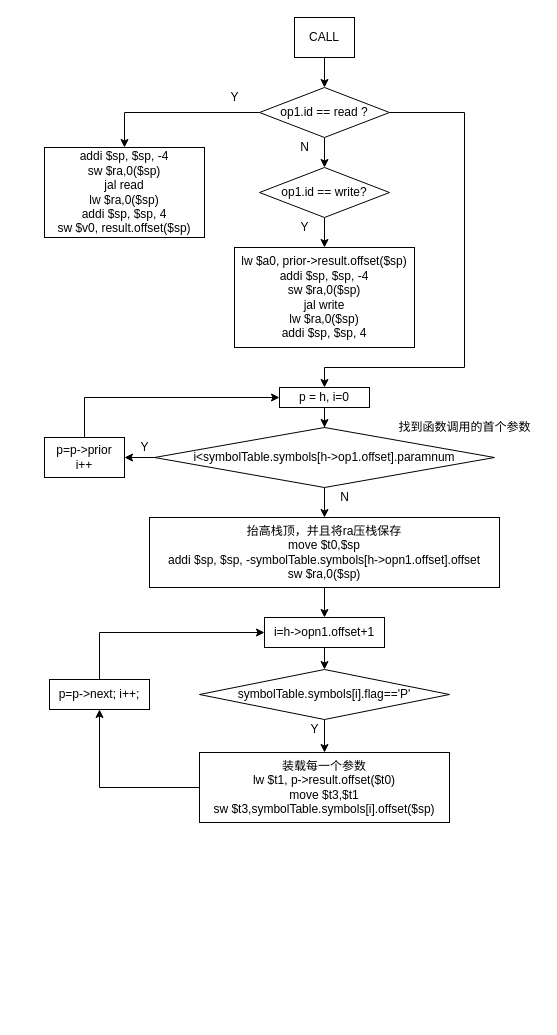
AgentGuo/flow_chart keeps this draw.io diagram as 编译原理/目标代码生成.drawio. Above is the earlier version. Source tidied: cells renumbered, new cells numbered last; positions are measured from the earlier drawing's top-left corner, leaving out a move shared by most shapes. Both pictures are drawn from the tidied source at 100%, with x=0, y=0 at pixel (44, 17).
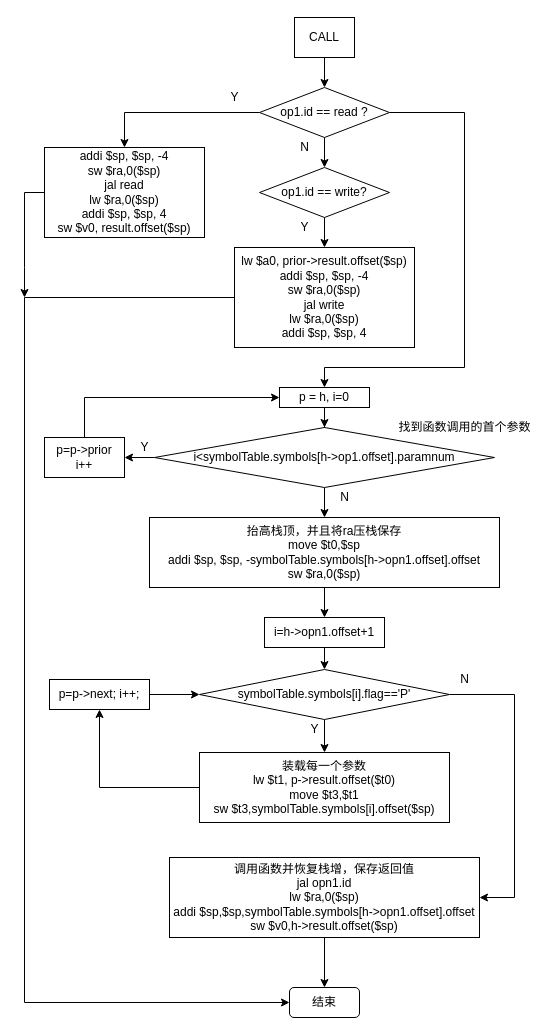
Above is the later version.

Commit message (it also covers changes not shown here):
更新目标代码生成.drawio

The change refers to these unchanged cells:
```xml
<mxCell id="10" value="addi $sp, $sp, -4&#10;sw $ra,0($sp)&#10;jal read&#10;lw $ra,0($sp)&#10;addi $sp, $sp, 4&#10;sw $v0, result.offset($sp)" style="rounded=0;whiteSpace=wrap;fontFamily=Helvetica;fontSize=12;" parent="1" vertex="1">
  <mxGeometry y="130" width="160" height="90" as="geometry" />
</mxCell>
<mxCell id="13" value="lw&amp;nbsp;$a0,&amp;nbsp;prior-&amp;gt;result.offset($sp)&lt;br&gt;addi&amp;nbsp;$sp,&amp;nbsp;$sp,&amp;nbsp;-4&lt;br&gt;sw&amp;nbsp;$ra,0($sp)&lt;br&gt;jal&amp;nbsp;write&lt;br&gt;lw&amp;nbsp;$ra,0($sp)&lt;br&gt;addi&amp;nbsp;$sp,&amp;nbsp;$sp,&amp;nbsp;4" style="whiteSpace=wrap;fontFamily=Helvetica;fontSize=12;html=1;" parent="1" vertex="1">
  <mxGeometry x="190" y="230" width="180" height="100" as="geometry" />
</mxCell>
<mxCell id="27" value="i=h-&amp;gt;opn1.offset+1" style="whiteSpace=wrap;fontFamily=Helvetica;fontSize=12;html=1;" parent="1" vertex="1">
  <mxGeometry x="220" y="600" width="120" height="30" as="geometry" />
</mxCell>
<mxCell id="29" value="symbolTable.symbols[i].flag=='P'" style="rhombus;whiteSpace=wrap;fontFamily=Helvetica;fontSize=12;" parent="1" vertex="1">
  <mxGeometry x="155" y="652" width="250" height="50" as="geometry" />
</mxCell>
<mxCell id="32" value="p=p-&amp;gt;next; i++;" style="whiteSpace=wrap;fontFamily=Helvetica;fontSize=12;html=1;" parent="1" vertex="1">
  <mxGeometry x="5" y="662" width="100" height="30" as="geometry" />
</mxCell>
```

The edit, as a diff of the source:
```diff
@@
+    <mxCell id="36" style="edgeStyle=orthogonalEdgeStyle;rounded=0;jettySize=auto;html=1;fontFamily=Helvetica;fontSize=12;" parent="1" edge="1" source="10">
+      <mxGeometry relative="1" as="geometry">
+        <mxPoint x="-20" y="280" as="targetPoint" />
+      </mxGeometry>
+    </mxCell>
@@
+    <mxCell id="37" style="edgeStyle=orthogonalEdgeStyle;rounded=0;jettySize=auto;html=1;fontFamily=Helvetica;fontSize=12;" parent="1" edge="1" source="13" target="42">
+      <mxGeometry relative="1" as="geometry">
+        <Array as="points">
+          <mxPoint x="-20" y="280" />
+          <mxPoint x="-20" y="985" />
+        </Array>
+      </mxGeometry>
+    </mxCell>
@@
+    <mxCell id="38" style="edgeStyle=orthogonalEdgeStyle;rounded=0;jettySize=auto;html=1;fontFamily=Helvetica;fontSize=12;" parent="1" edge="1" source="29" target="41">
+      <mxGeometry relative="1" as="geometry">
+        <Array as="points">
+          <mxPoint x="470" y="677" />
+          <mxPoint x="470" y="880" />
+        </Array>
+      </mxGeometry>
+    </mxCell>
@@
-    <mxCell id="31" style="edgeStyle=orthogonalEdgeStyle;rounded=0;jettySize=auto;html=1;entryX=0;entryY=0.5;entryDx=0;entryDy=0;fontFamily=Helvetica;fontSize=12;" parent="1" edge="1" source="32" target="27">
-      <mxGeometry relative="1" as="geometry">
-        <Array as="points">
-          <mxPoint x="55" y="615" />
-        </Array>
-      </mxGeometry>
-    </mxCell>
+    <mxCell id="39" style="edgeStyle=orthogonalEdgeStyle;rounded=0;jettySize=auto;html=1;fontFamily=Helvetica;fontSize=12;" parent="1" edge="1" source="32" target="29">
+      <mxGeometry relative="1" as="geometry" />
+    </mxCell>
@@
+    <mxCell id="40" style="edgeStyle=orthogonalEdgeStyle;rounded=0;jettySize=auto;html=1;entryX=0.5;entryY=0;entryDx=0;entryDy=0;fontFamily=Helvetica;fontSize=12;" parent="1" edge="1" source="41" target="42">
+      <mxGeometry relative="1" as="geometry" />
+    </mxCell>
+    <mxCell id="41" value="调用函数并恢复栈增，保存返回值&lt;br&gt;jal&amp;nbsp;opn1.id&lt;br&gt;lw&amp;nbsp;$ra,0($sp)&lt;br&gt;addi&amp;nbsp;$sp,$sp,symbolTable.symbols[h-&amp;gt;opn1.offset].offset&lt;br&gt;sw&amp;nbsp;$v0,h-&amp;gt;result.offset($sp)" style="whiteSpace=wrap;fontFamily=Helvetica;fontSize=12;html=1;" parent="1" vertex="1">
+      <mxGeometry x="125" y="840" width="310" height="80" as="geometry" />
+    </mxCell>
+    <mxCell id="42" value="结束" style="rounded=1;whiteSpace=wrap;html=1;fontFamily=Helvetica;fontSize=12;" parent="1" vertex="1">
+      <mxGeometry x="245" y="970" width="70" height="30" as="geometry" />
+    </mxCell>
+    <mxCell id="43" value="N" style="text;html=1;align=center;verticalAlign=middle;fontSize=12;fontFamily=Helvetica;" parent="1" vertex="1">
+      <mxGeometry x="410" y="652" width="20" height="20" as="geometry" />
+    </mxCell>
```
